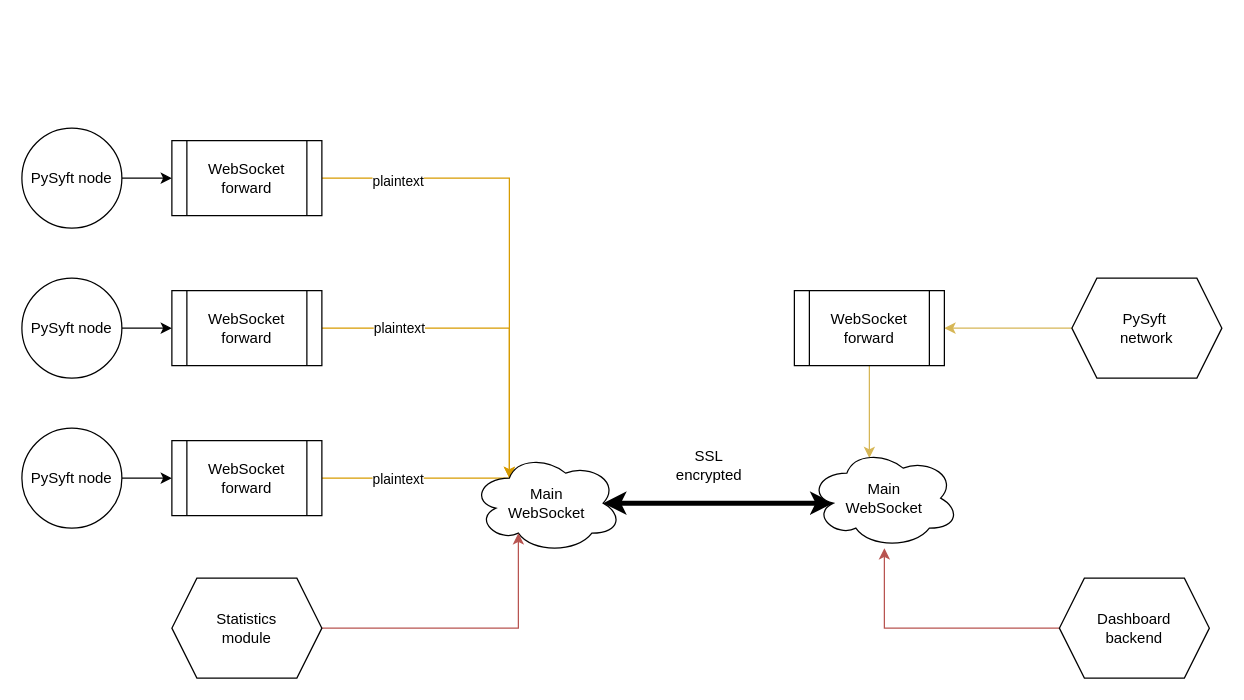
Above: graphs/pysyft.drawio in CODA-19/coda19-documentation (draw.io), before the change. Source tidied: cells renumbered, new cells numbered last; positions are measured from the earlier drawing's top-left corner, leaving out a move shared by most shapes. Both pictures are drawn from the tidied source at 125%, with x=0, y=0 at pixel (21, 128).
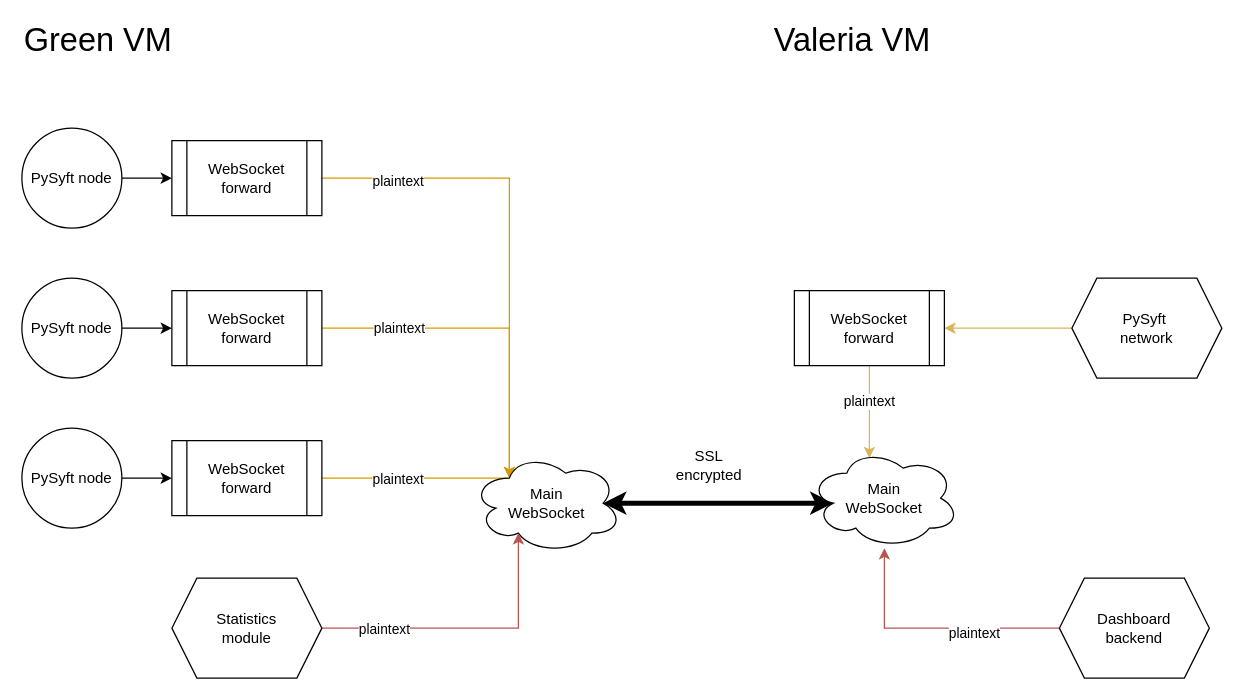
After the change.

The change refers to these unchanged cells:
```xml
<mxCell id="19" style="edgeStyle=orthogonalEdgeStyle;rounded=0;jettySize=auto;html=1;exitX=0.5;exitY=1;exitDx=0;exitDy=0;entryX=0.4;entryY=0.1;entryDx=0;entryDy=0;entryPerimeter=0;endArrow=classic;endFill=1;fillColor=#fff2cc;strokeColor=#d6b656;" parent="1" edge="1" source="20" target="25">
  <mxGeometry relative="1" as="geometry" />
</mxCell>
<mxCell id="22" style="edgeStyle=orthogonalEdgeStyle;rounded=0;jettySize=auto;html=1;exitX=1;exitY=0.5;exitDx=0;exitDy=0;entryX=0.31;entryY=0.8;entryDx=0;entryDy=0;entryPerimeter=0;fillColor=#f8cecc;strokeColor=#b85450;" parent="1" edge="1" source="23" target="21">
  <mxGeometry relative="1" as="geometry" />
</mxCell>
<mxCell id="27" style="edgeStyle=orthogonalEdgeStyle;rounded=0;jettySize=auto;html=1;exitX=0;exitY=0.5;exitDx=0;exitDy=0;startArrow=none;startFill=0;endArrow=classic;endFill=1;strokeWidth=1;fillColor=#f8cecc;strokeColor=#b85450;" parent="1" edge="1" source="28" target="25">
  <mxGeometry relative="1" as="geometry" />
</mxCell>
```

Diff of the diagram source:
```diff
@@
+    <mxCell id="29" value="plaintext" style="edgeLabel;html=1;align=center;verticalAlign=middle;" parent="19" vertex="1">
+      <mxGeometry x="-0.23" y="-1" relative="1" as="geometry" />
+    </mxCell>
@@
+    <mxCell id="30" value="plaintext" style="edgeLabel;html=1;align=center;verticalAlign=middle;" parent="22" vertex="1">
+      <mxGeometry x="-0.58" relative="1" as="geometry" />
+    </mxCell>
@@
+    <mxCell id="31" value="plaintext" style="edgeLabel;html=1;align=center;verticalAlign=middle;" parent="27" vertex="1">
+      <mxGeometry x="-0.33" y="3" relative="1" as="geometry">
+        <mxPoint x="-1" as="offset" />
+      </mxGeometry>
+    </mxCell>
@@
+    <mxCell id="32" value="&lt;font style=&quot;font-size: 26px&quot;&gt;Green VM&lt;/font&gt;" style="text;html=1;strokeColor=none;fillColor=none;align=left;verticalAlign=middle;whiteSpace=wrap;rounded=0;" parent="1" vertex="1">
+      <mxGeometry y="-80" width="230" height="20" as="geometry" />
+    </mxCell>
+    <mxCell id="33" value="&lt;font style=&quot;font-size: 26px&quot;&gt;Valeria VM&lt;/font&gt;" style="text;html=1;strokeColor=none;fillColor=none;align=left;verticalAlign=middle;whiteSpace=wrap;rounded=0;" parent="1" vertex="1">
+      <mxGeometry x="600" y="-80" width="230" height="20" as="geometry" />
+    </mxCell>
```
